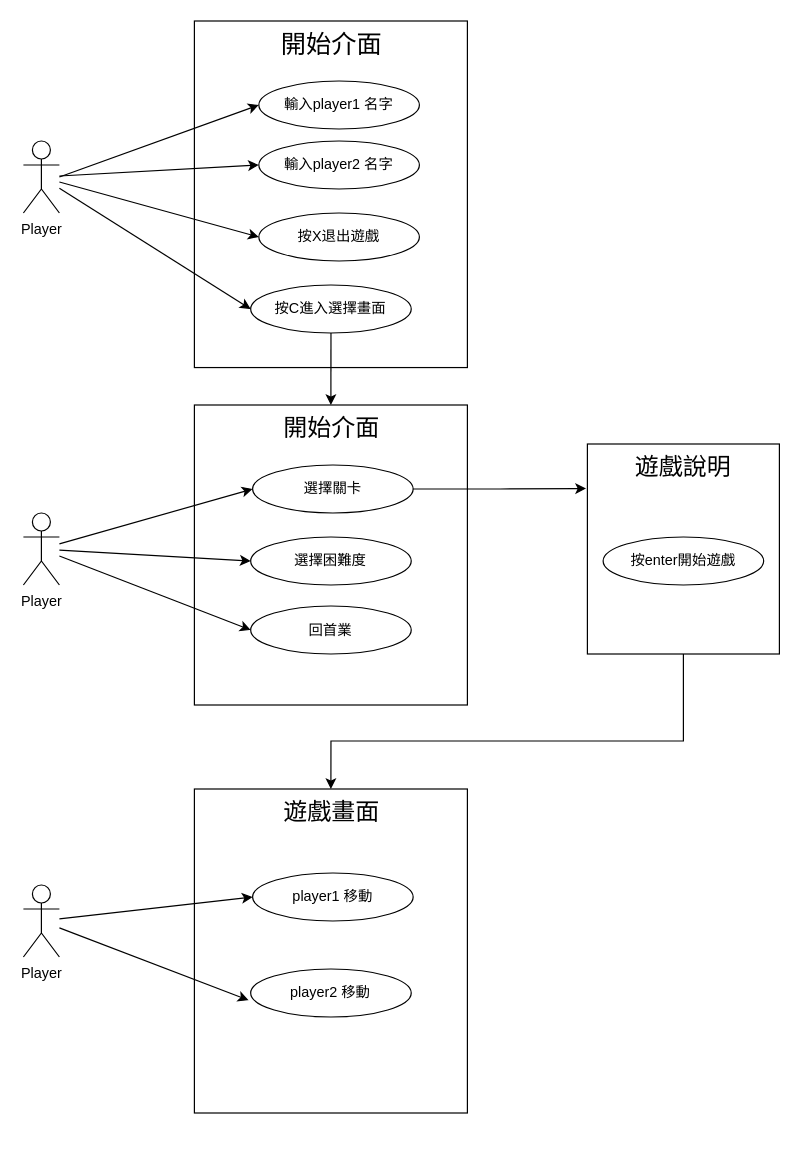
This is Untitled Diagram.drawio from CHUN983/nuk_assembly_project, a draw.io file, before an edit. Source tidied: cells renumbered, new cells numbered last; positions are measured from the earlier drawing's top-left corner, leaving out a move shared by most shapes. Both pictures are drawn from the tidied source at 120%, with x=0, y=0 at pixel (23, 20).
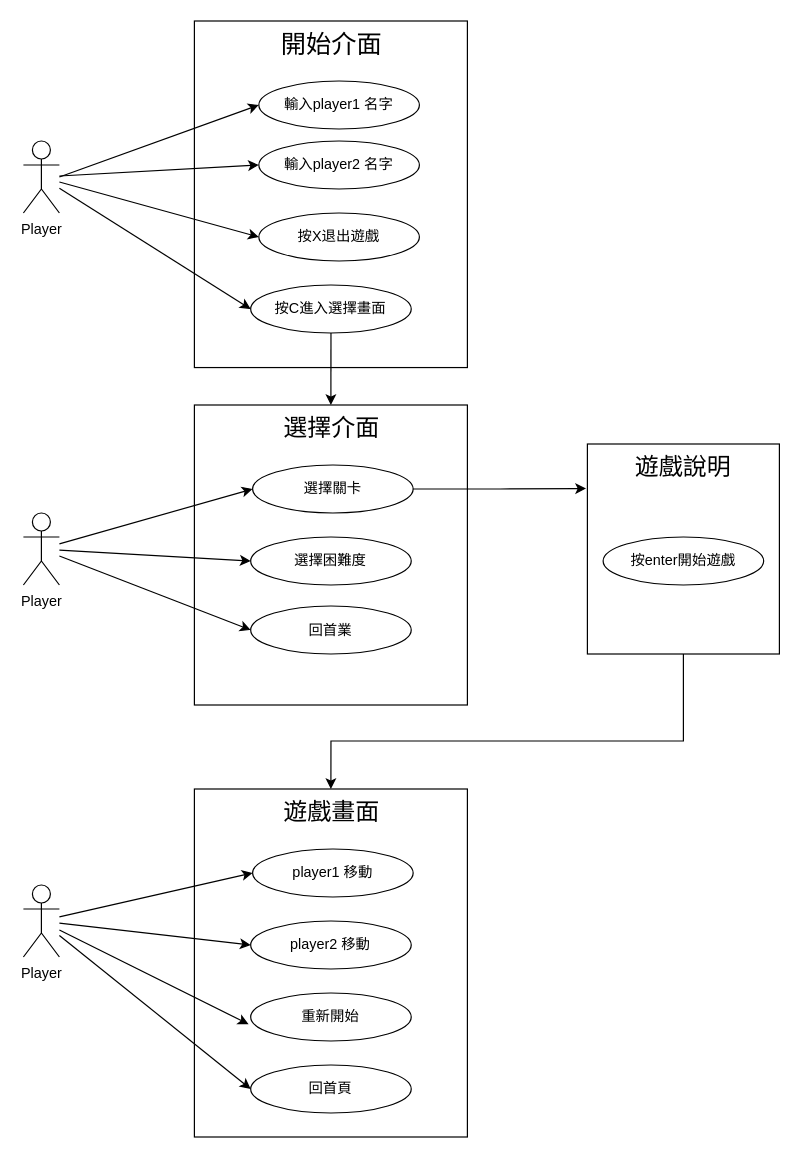
The same diagram, later.

Unchanged cells that the change refers to:
```xml
<mxCell id="20" value="Player" style="shape=umlActor;verticalLabelPosition=bottom;verticalAlign=top;html=1;outlineConnect=0;" parent="1" vertex="1">
  <mxGeometry y="720" width="30" height="60" as="geometry" />
</mxCell>
```

Change to the diagram source:
```diff
@@
     <mxCell id="2" value="&lt;font style=&quot;font-size: 20px;&quot;&gt;遊戲畫面&lt;/font&gt;" style="rounded=0;whiteSpace=wrap;html=1;align=center;verticalAlign=top;" parent="1" vertex="1">
-      <mxGeometry x="142.5" y="640" width="227.5" height="270" as="geometry" />
+      <mxGeometry x="142.5" y="640" width="227.5" height="290" as="geometry" />
     </mxCell>
@@
-    <mxCell id="9" value="&lt;font style=&quot;font-size: 20px;&quot;&gt;開始介面&lt;/font&gt;" style="rounded=0;whiteSpace=wrap;html=1;align=center;verticalAlign=top;" parent="1" vertex="1">
+    <mxCell id="9" value="&lt;font style=&quot;font-size: 20px;&quot;&gt;選擇介面&lt;/font&gt;" style="rounded=0;whiteSpace=wrap;html=1;align=center;verticalAlign=top;" parent="1" vertex="1">
       <mxGeometry x="142.5" y="320" width="227.5" height="250" as="geometry" />
     </mxCell>
@@
+    <mxCell id="31" style="rounded=0;jettySize=auto;html=1;entryX=0;entryY=0.5;entryDx=0;entryDy=0;strokeColor=default;align=center;verticalAlign=middle;fontFamily=Helvetica;fontSize=11;fontColor=default;labelBackgroundColor=default;endArrow=classic;" parent="1" edge="1" source="20" target="33">
+      <mxGeometry relative="1" as="geometry" />
+    </mxCell>
+    <mxCell id="32" style="rounded=0;jettySize=auto;html=1;entryX=0;entryY=0.5;entryDx=0;entryDy=0;strokeColor=default;align=center;verticalAlign=middle;fontFamily=Helvetica;fontSize=11;fontColor=default;labelBackgroundColor=default;endArrow=classic;" parent="1" edge="1" source="20" target="34">
+      <mxGeometry relative="1" as="geometry" />
+    </mxCell>
@@
-    <mxCell id="28" value="player2 移動" style="ellipse;whiteSpace=wrap;html=1;" parent="1" vertex="1">
-      <mxGeometry x="189.4" y="790" width="133.8" height="40" as="geometry" />
+    <mxCell id="28" value="重新開始" style="ellipse;whiteSpace=wrap;html=1;" parent="1" vertex="1">
+      <mxGeometry x="189.4" y="810" width="133.8" height="40" as="geometry" />
     </mxCell>
     <mxCell id="29" value="player1 移動" style="ellipse;whiteSpace=wrap;html=1;" parent="1" vertex="1">
-      <mxGeometry x="191" y="710" width="133.8" height="40" as="geometry" />
+      <mxGeometry x="191" y="690" width="133.8" height="40" as="geometry" />
     </mxCell>
@@
+    <mxCell id="33" value="player2 移動" style="ellipse;whiteSpace=wrap;html=1;" parent="1" vertex="1">
+      <mxGeometry x="189.4" y="750" width="133.8" height="40" as="geometry" />
+    </mxCell>
+    <mxCell id="34" value="回首頁" style="ellipse;whiteSpace=wrap;html=1;" parent="1" vertex="1">
+      <mxGeometry x="189.4" y="870" width="133.8" height="40" as="geometry" />
+    </mxCell>
```
